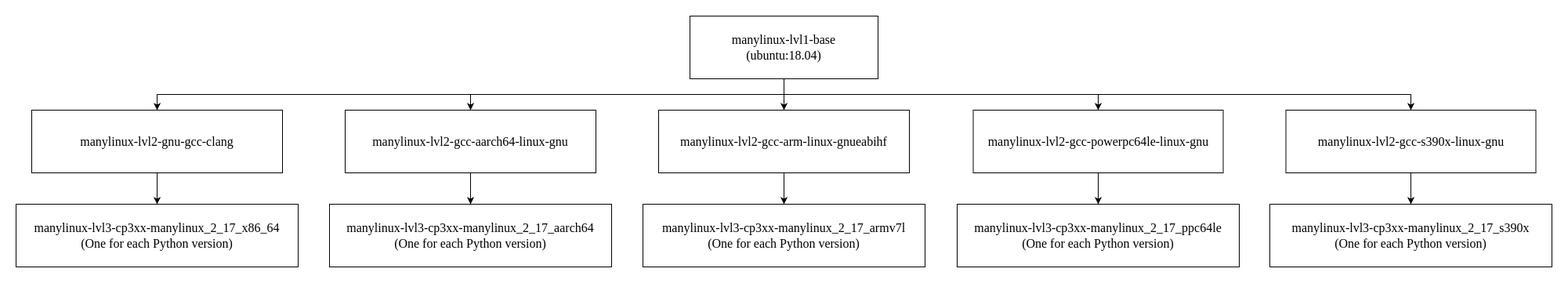
Above: images/manylinux/Docker_layer_graph_manylinux.png in andreslilloortiz/pookie (draw.io), before the change. Source tidied: cells renumbered, new cells last; positions are measured from the earlier drawing's top-left corner, leaving out a move shared by most shapes.
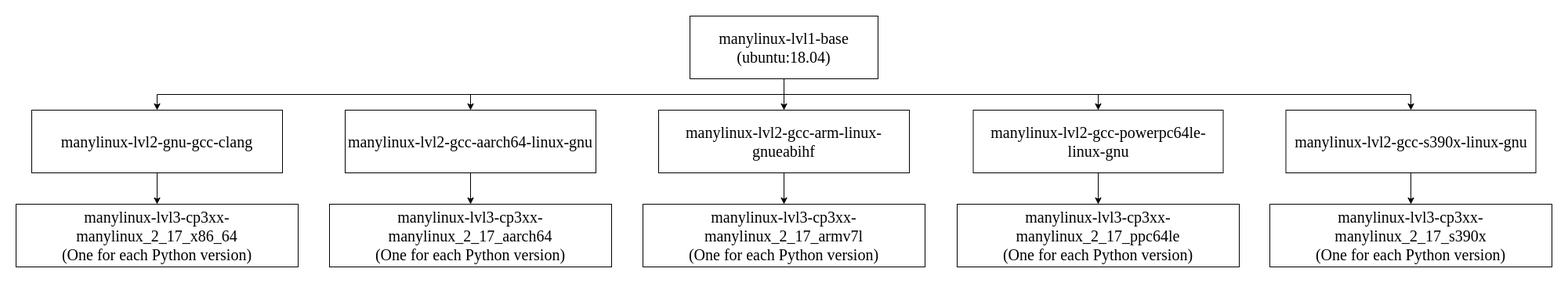
The same diagram one commit later.

Commit message:
New docker layer images

Diff of the diagram source:
```diff
@@ -2,67 +2,67 @@
   <root>
     <mxCell id="0" />
     <mxCell id="1" parent="0" />
-    <mxCell id="2" style="edgeStyle=orthogonalEdgeStyle;rounded=0;jettySize=auto;html=1;exitX=0.5;exitY=1;exitDx=0;exitDy=0;entryX=0.5;entryY=0;entryDx=0;entryDy=0;fontSize=16;fontColor=default;fontFamily=Times New Roman;" parent="1" edge="1" source="3" target="5">
+    <mxCell id="2" style="edgeStyle=orthogonalEdgeStyle;rounded=0;jettySize=auto;html=1;exitX=0.5;exitY=1;exitDx=0;exitDy=0;entryX=0.5;entryY=0;entryDx=0;entryDy=0;fontSize=20;fontColor=default;fontFamily=Times New Roman;" parent="1" edge="1" source="3" target="5">
       <mxGeometry relative="1" as="geometry" />
     </mxCell>
-    <mxCell id="3" value="&lt;font&gt;manylinux-lvl1-base&lt;/font&gt;&lt;div&gt;&lt;font&gt;(ubuntu:18.04)&lt;/font&gt;&lt;/div&gt;" style="rounded=0;whiteSpace=wrap;html=1;fontSize=16;gradientColor=none;fillColor=default;strokeColor=default;fontFamily=Times New Roman;" parent="1" vertex="1">
+    <mxCell id="3" value="&lt;font&gt;manylinux-lvl1-base&lt;/font&gt;&lt;div&gt;&lt;font&gt;(ubuntu:18.04)&lt;/font&gt;&lt;/div&gt;" style="rounded=0;whiteSpace=wrap;html=1;fontSize=20;gradientColor=none;fillColor=default;strokeColor=default;fontFamily=Times New Roman;" parent="1" vertex="1">
       <mxGeometry x="860" width="240" height="80" as="geometry" />
     </mxCell>
-    <mxCell id="4" style="edgeStyle=orthogonalEdgeStyle;rounded=0;jettySize=auto;html=1;exitX=0.5;exitY=1;exitDx=0;exitDy=0;entryX=0.5;entryY=0;entryDx=0;entryDy=0;fontSize=16;fontColor=default;fontFamily=Times New Roman;" parent="1" edge="1" source="5" target="6">
+    <mxCell id="4" style="edgeStyle=orthogonalEdgeStyle;rounded=0;jettySize=auto;html=1;exitX=0.5;exitY=1;exitDx=0;exitDy=0;entryX=0.5;entryY=0;entryDx=0;entryDy=0;fontSize=20;fontColor=default;fontFamily=Times New Roman;" parent="1" edge="1" source="5" target="6">
       <mxGeometry relative="1" as="geometry" />
     </mxCell>
-    <mxCell id="5" value="&lt;font&gt;manylinux-lvl2-gnu-gcc-clang&lt;/font&gt;" style="rounded=0;whiteSpace=wrap;html=1;strokeColor=default;fontSize=16;fontColor=default;fontFamily=Times New Roman;" parent="1" vertex="1">
+    <mxCell id="5" value="&lt;font&gt;manylinux-lvl2-gnu-gcc-clang&lt;/font&gt;" style="rounded=0;whiteSpace=wrap;html=1;strokeColor=default;fontSize=20;fontColor=default;fontFamily=Times New Roman;" parent="1" vertex="1">
       <mxGeometry x="20" y="120" width="320" height="80" as="geometry" />
     </mxCell>
-    <mxCell id="6" value="&lt;font&gt;manylinux-&lt;span style=&quot;&quot;&gt;lvl3&lt;/span&gt;-&lt;span style=&quot;&quot;&gt;cp3xx-manylinux_2_17_x86_64&lt;/span&gt;&lt;br&gt;(One for each Python version)&lt;/font&gt;" style="rounded=0;whiteSpace=wrap;html=1;strokeColor=default;fontSize=16;fontColor=default;fontFamily=Times New Roman;" parent="1" vertex="1">
+    <mxCell id="6" value="&lt;font&gt;manylinux-&lt;span&gt;lvl3&lt;/span&gt;-&lt;span&gt;cp3xx-manylinux_2_17_x86_64&lt;/span&gt;&lt;br&gt;(One for each Python version)&lt;/font&gt;" style="rounded=0;whiteSpace=wrap;html=1;strokeColor=default;fontSize=20;fontColor=default;fontFamily=Times New Roman;" parent="1" vertex="1">
       <mxGeometry y="240" width="360" height="80" as="geometry" />
     </mxCell>
-    <mxCell id="7" value="&lt;font&gt;manylinux-lvl2-gcc-aarch64-linux-gnu&lt;/font&gt;" style="rounded=0;whiteSpace=wrap;html=1;strokeColor=default;fontSize=16;fontColor=default;fontFamily=Times New Roman;" parent="1" vertex="1">
+    <mxCell id="7" value="&lt;font&gt;manylinux-lvl2-gcc-aarch64-linux-gnu&lt;/font&gt;" style="rounded=0;whiteSpace=wrap;html=1;strokeColor=default;fontSize=20;fontColor=default;fontFamily=Times New Roman;" parent="1" vertex="1">
       <mxGeometry x="420" y="120" width="320" height="80" as="geometry" />
     </mxCell>
-    <mxCell id="8" style="edgeStyle=orthogonalEdgeStyle;rounded=0;jettySize=auto;html=1;exitX=0.5;exitY=1;exitDx=0;exitDy=0;entryX=0.5;entryY=0;entryDx=0;entryDy=0;fontSize=16;fontColor=default;fontFamily=Times New Roman;" parent="1" edge="1" source="3" target="7">
+    <mxCell id="8" style="edgeStyle=orthogonalEdgeStyle;rounded=0;jettySize=auto;html=1;exitX=0.5;exitY=1;exitDx=0;exitDy=0;entryX=0.5;entryY=0;entryDx=0;entryDy=0;fontSize=20;fontColor=default;fontFamily=Times New Roman;" parent="1" edge="1" source="3" target="7">
       <mxGeometry relative="1" as="geometry" />
     </mxCell>
-    <mxCell id="9" value="&lt;font&gt;manylinux-&lt;span style=&quot;&quot;&gt;lvl3&lt;/span&gt;-&lt;span style=&quot;&quot;&gt;cp3xx-manylinux_2_17_aarch64&lt;/span&gt;&lt;/font&gt;&lt;div&gt;&lt;font&gt;(One for each Python version)&lt;/font&gt;&lt;/div&gt;" style="rounded=0;whiteSpace=wrap;html=1;strokeColor=default;fontSize=16;fontColor=default;fontFamily=Times New Roman;" parent="1" vertex="1">
+    <mxCell id="9" value="&lt;font&gt;manylinux-&lt;span&gt;lvl3&lt;/span&gt;-&lt;span&gt;cp3xx-manylinux_2_17_aarch64&lt;/span&gt;&lt;/font&gt;&lt;div&gt;&lt;font&gt;(One for each Python version)&lt;/font&gt;&lt;/div&gt;" style="rounded=0;whiteSpace=wrap;html=1;strokeColor=default;fontSize=20;fontColor=default;fontFamily=Times New Roman;" parent="1" vertex="1">
       <mxGeometry x="400" y="240" width="360" height="80" as="geometry" />
     </mxCell>
-    <mxCell id="10" style="edgeStyle=orthogonalEdgeStyle;rounded=0;jettySize=auto;html=1;exitX=0.5;exitY=1;exitDx=0;exitDy=0;entryX=0.5;entryY=0;entryDx=0;entryDy=0;fontSize=16;fontColor=default;fontFamily=Times New Roman;" parent="1" edge="1" source="7" target="9">
+    <mxCell id="10" style="edgeStyle=orthogonalEdgeStyle;rounded=0;jettySize=auto;html=1;exitX=0.5;exitY=1;exitDx=0;exitDy=0;entryX=0.5;entryY=0;entryDx=0;entryDy=0;fontSize=20;fontColor=default;fontFamily=Times New Roman;" parent="1" edge="1" source="7" target="9">
       <mxGeometry relative="1" as="geometry" />
     </mxCell>
-    <mxCell id="11" value="&lt;font&gt;manylinux-lvl2-gcc-arm-linux-gnueabihf&lt;/font&gt;" style="rounded=0;whiteSpace=wrap;html=1;strokeColor=default;fontSize=16;fontColor=default;fontFamily=Times New Roman;" parent="1" vertex="1">
+    <mxCell id="11" value="&lt;font&gt;manylinux-lvl2-gcc-arm-linux-gnueabihf&lt;/font&gt;" style="rounded=0;whiteSpace=wrap;html=1;strokeColor=default;fontSize=20;fontColor=default;fontFamily=Times New Roman;" parent="1" vertex="1">
       <mxGeometry x="820" y="120" width="320" height="80" as="geometry" />
     </mxCell>
-    <mxCell id="12" style="edgeStyle=orthogonalEdgeStyle;rounded=0;jettySize=auto;html=1;exitX=0.5;exitY=1;exitDx=0;exitDy=0;entryX=0.5;entryY=0;entryDx=0;entryDy=0;fontSize=16;fontColor=default;fontFamily=Times New Roman;" parent="1" edge="1" source="3" target="11">
+    <mxCell id="12" style="edgeStyle=orthogonalEdgeStyle;rounded=0;jettySize=auto;html=1;exitX=0.5;exitY=1;exitDx=0;exitDy=0;entryX=0.5;entryY=0;entryDx=0;entryDy=0;fontSize=20;fontColor=default;fontFamily=Times New Roman;" parent="1" edge="1" source="3" target="11">
       <mxGeometry relative="1" as="geometry" />
     </mxCell>
-    <mxCell id="13" value="&lt;font&gt;manylinux-&lt;span style=&quot;&quot;&gt;lvl3&lt;/span&gt;-&lt;span style=&quot;&quot;&gt;cp3xx-manylinux_2_17&lt;/span&gt;&lt;/font&gt;_armv7l&lt;div&gt;&lt;font&gt;(One for each Python version)&lt;/font&gt;&lt;/div&gt;" style="rounded=0;whiteSpace=wrap;html=1;strokeColor=default;fontSize=16;fontColor=default;fontFamily=Times New Roman;" parent="1" vertex="1">
+    <mxCell id="13" value="&lt;font&gt;manylinux-&lt;span&gt;lvl3&lt;/span&gt;-&lt;span&gt;cp3xx-manylinux_2_17&lt;/span&gt;&lt;/font&gt;_armv7l&lt;div&gt;&lt;font&gt;(One for each Python version)&lt;/font&gt;&lt;/div&gt;" style="rounded=0;whiteSpace=wrap;html=1;strokeColor=default;fontSize=20;fontColor=default;fontFamily=Times New Roman;" parent="1" vertex="1">
       <mxGeometry x="800" y="240" width="360" height="80" as="geometry" />
     </mxCell>
-    <mxCell id="14" style="edgeStyle=orthogonalEdgeStyle;rounded=0;jettySize=auto;html=1;exitX=0.5;exitY=1;exitDx=0;exitDy=0;entryX=0.5;entryY=0;entryDx=0;entryDy=0;fontSize=16;fontColor=default;fontFamily=Times New Roman;" parent="1" edge="1" source="11" target="13">
+    <mxCell id="14" style="edgeStyle=orthogonalEdgeStyle;rounded=0;jettySize=auto;html=1;exitX=0.5;exitY=1;exitDx=0;exitDy=0;entryX=0.5;entryY=0;entryDx=0;entryDy=0;fontSize=20;fontColor=default;fontFamily=Times New Roman;" parent="1" edge="1" source="11" target="13">
       <mxGeometry relative="1" as="geometry" />
     </mxCell>
-    <mxCell id="15" value="&lt;font&gt;manylinux-lvl2-gcc-powerpc64le-linux-gnu&lt;/font&gt;" style="rounded=0;whiteSpace=wrap;html=1;strokeColor=default;fontSize=16;fontColor=default;fontFamily=Times New Roman;" parent="1" vertex="1">
+    <mxCell id="15" value="&lt;font&gt;manylinux-lvl2-gcc-powerpc64le-linux-gnu&lt;/font&gt;" style="rounded=0;whiteSpace=wrap;html=1;strokeColor=default;fontSize=20;fontColor=default;fontFamily=Times New Roman;" parent="1" vertex="1">
       <mxGeometry x="1221.5" y="120" width="319" height="80" as="geometry" />
     </mxCell>
-    <mxCell id="16" value="&lt;font&gt;manylinux-&lt;span style=&quot;&quot;&gt;lvl3&lt;/span&gt;-&lt;span style=&quot;&quot;&gt;cp3xx-manylinux_2_17&lt;/span&gt;&lt;/font&gt;_ppc64le&lt;div&gt;&lt;font&gt;(One for each Python version)&lt;/font&gt;&lt;/div&gt;" style="rounded=0;whiteSpace=wrap;html=1;strokeColor=default;fontSize=16;fontColor=default;fontFamily=Times New Roman;" parent="1" vertex="1">
+    <mxCell id="16" value="&lt;font&gt;manylinux-&lt;span&gt;lvl3&lt;/span&gt;-&lt;span&gt;cp3xx-manylinux_2_17&lt;/span&gt;&lt;/font&gt;_ppc64le&lt;div&gt;&lt;font&gt;(One for each Python version)&lt;/font&gt;&lt;/div&gt;" style="rounded=0;whiteSpace=wrap;html=1;strokeColor=default;fontSize=20;fontColor=default;fontFamily=Times New Roman;" parent="1" vertex="1">
       <mxGeometry x="1201" y="240" width="360" height="80" as="geometry" />
     </mxCell>
-    <mxCell id="17" style="edgeStyle=orthogonalEdgeStyle;rounded=0;jettySize=auto;html=1;exitX=0.5;exitY=1;exitDx=0;exitDy=0;entryX=0.5;entryY=0;entryDx=0;entryDy=0;fontSize=16;fontColor=default;fontFamily=Times New Roman;" parent="1" edge="1" source="15" target="16">
+    <mxCell id="17" style="edgeStyle=orthogonalEdgeStyle;rounded=0;jettySize=auto;html=1;exitX=0.5;exitY=1;exitDx=0;exitDy=0;entryX=0.5;entryY=0;entryDx=0;entryDy=0;fontSize=20;fontColor=default;fontFamily=Times New Roman;" parent="1" edge="1" source="15" target="16">
       <mxGeometry relative="1" as="geometry" />
     </mxCell>
-    <mxCell id="18" style="edgeStyle=orthogonalEdgeStyle;rounded=0;jettySize=auto;html=1;exitX=0.5;exitY=1;exitDx=0;exitDy=0;entryX=0.5;entryY=0;entryDx=0;entryDy=0;fontSize=16;fontColor=default;fontFamily=Times New Roman;" parent="1" edge="1" source="3" target="15">
+    <mxCell id="18" style="edgeStyle=orthogonalEdgeStyle;rounded=0;jettySize=auto;html=1;exitX=0.5;exitY=1;exitDx=0;exitDy=0;entryX=0.5;entryY=0;entryDx=0;entryDy=0;fontSize=20;fontColor=default;fontFamily=Times New Roman;" parent="1" edge="1" source="3" target="15">
       <mxGeometry relative="1" as="geometry" />
     </mxCell>
-    <mxCell id="19" value="&lt;font&gt;manylinux-lvl2-gcc-s390x-linux-gnu&lt;/font&gt;" style="rounded=0;whiteSpace=wrap;html=1;strokeColor=default;fontSize=16;fontColor=default;fontFamily=Times New Roman;" parent="1" vertex="1">
+    <mxCell id="19" value="&lt;font&gt;manylinux-lvl2-gcc-s390x-linux-gnu&lt;/font&gt;" style="rounded=0;whiteSpace=wrap;html=1;strokeColor=default;fontSize=20;fontColor=default;fontFamily=Times New Roman;" parent="1" vertex="1">
       <mxGeometry x="1620.5" y="120" width="319" height="80" as="geometry" />
     </mxCell>
-    <mxCell id="20" value="&lt;font&gt;manylinux-&lt;span style=&quot;&quot;&gt;lvl3&lt;/span&gt;-&lt;span style=&quot;&quot;&gt;cp3xx-manylinux_2_17&lt;/span&gt;&lt;/font&gt;_s390x&lt;div&gt;&lt;font&gt;(One for each Python version)&lt;/font&gt;&lt;/div&gt;" style="rounded=0;whiteSpace=wrap;html=1;strokeColor=default;fontSize=16;fontColor=default;fontFamily=Times New Roman;" parent="1" vertex="1">
+    <mxCell id="20" value="&lt;font&gt;manylinux-&lt;span&gt;lvl3&lt;/span&gt;-&lt;span&gt;cp3xx-manylinux_2_17&lt;/span&gt;&lt;/font&gt;_s390x&lt;div&gt;&lt;font&gt;(One for each Python version)&lt;/font&gt;&lt;/div&gt;" style="rounded=0;whiteSpace=wrap;html=1;strokeColor=default;fontSize=20;fontColor=default;fontFamily=Times New Roman;" parent="1" vertex="1">
       <mxGeometry x="1600" y="240" width="360" height="80" as="geometry" />
     </mxCell>
-    <mxCell id="21" style="edgeStyle=orthogonalEdgeStyle;rounded=0;jettySize=auto;html=1;exitX=0.5;exitY=1;exitDx=0;exitDy=0;entryX=0.5;entryY=0;entryDx=0;entryDy=0;fontSize=16;fontColor=default;fontFamily=Times New Roman;" parent="1" edge="1" source="19" target="20">
+    <mxCell id="21" style="edgeStyle=orthogonalEdgeStyle;rounded=0;jettySize=auto;html=1;exitX=0.5;exitY=1;exitDx=0;exitDy=0;entryX=0.5;entryY=0;entryDx=0;entryDy=0;fontSize=20;fontColor=default;fontFamily=Times New Roman;" parent="1" edge="1" source="19" target="20">
       <mxGeometry relative="1" as="geometry" />
     </mxCell>
-    <mxCell id="22" style="edgeStyle=orthogonalEdgeStyle;rounded=0;jettySize=auto;html=1;exitX=0.5;exitY=1;exitDx=0;exitDy=0;entryX=0.5;entryY=0;entryDx=0;entryDy=0;fontSize=16;fontColor=default;fontFamily=Times New Roman;" parent="1" edge="1" source="3" target="19">
+    <mxCell id="22" style="edgeStyle=orthogonalEdgeStyle;rounded=0;jettySize=auto;html=1;exitX=0.5;exitY=1;exitDx=0;exitDy=0;entryX=0.5;entryY=0;entryDx=0;entryDy=0;fontSize=20;fontColor=default;fontFamily=Times New Roman;" parent="1" edge="1" source="3" target="19">
       <mxGeometry relative="1" as="geometry" />
     </mxCell>
   </root>
```
